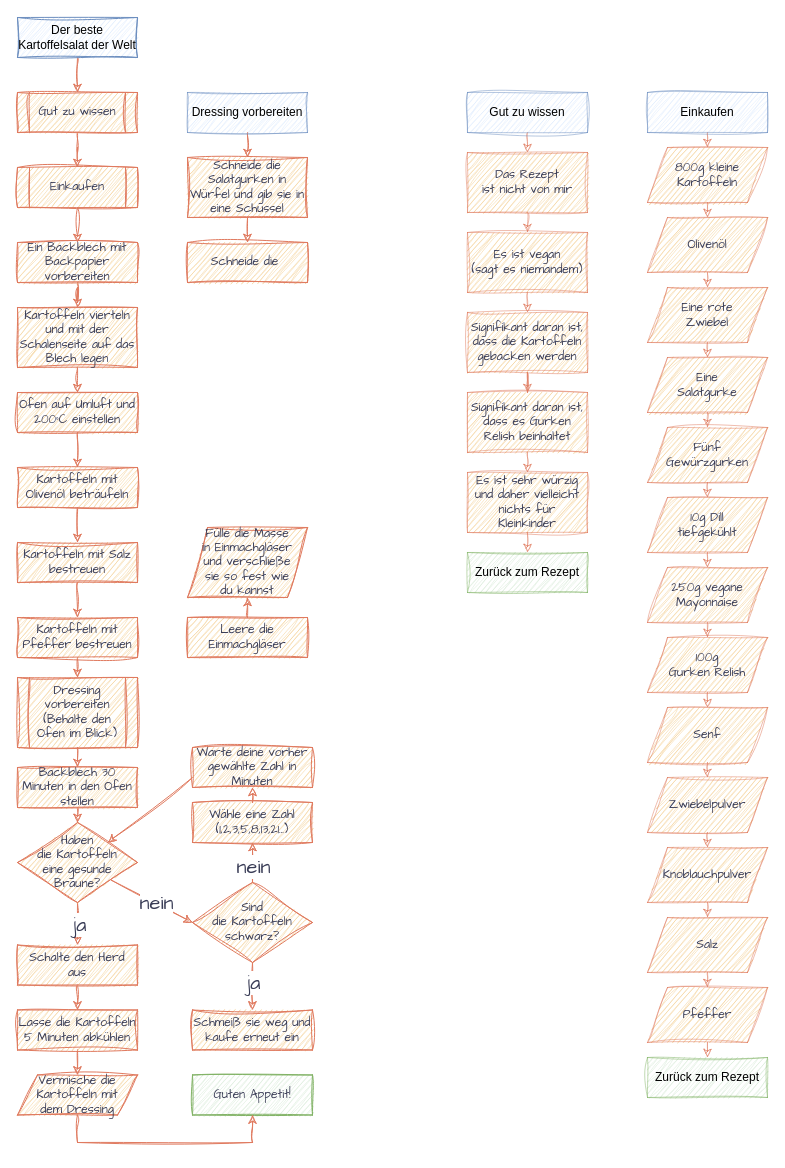
Before: the_best_potato_salad_in_the_world/de_the_best_potato_salad_in_the_world.drawio in DarkDonnerGunther/rivercookery, a draw.io diagram. Source tidied: cells renumbered, new cells numbered last; positions are measured from the earlier drawing's top-left corner, leaving out a move shared by most shapes. Both pictures are drawn from the tidied source at 100%, with x=0, y=0 at pixel (17, 17).
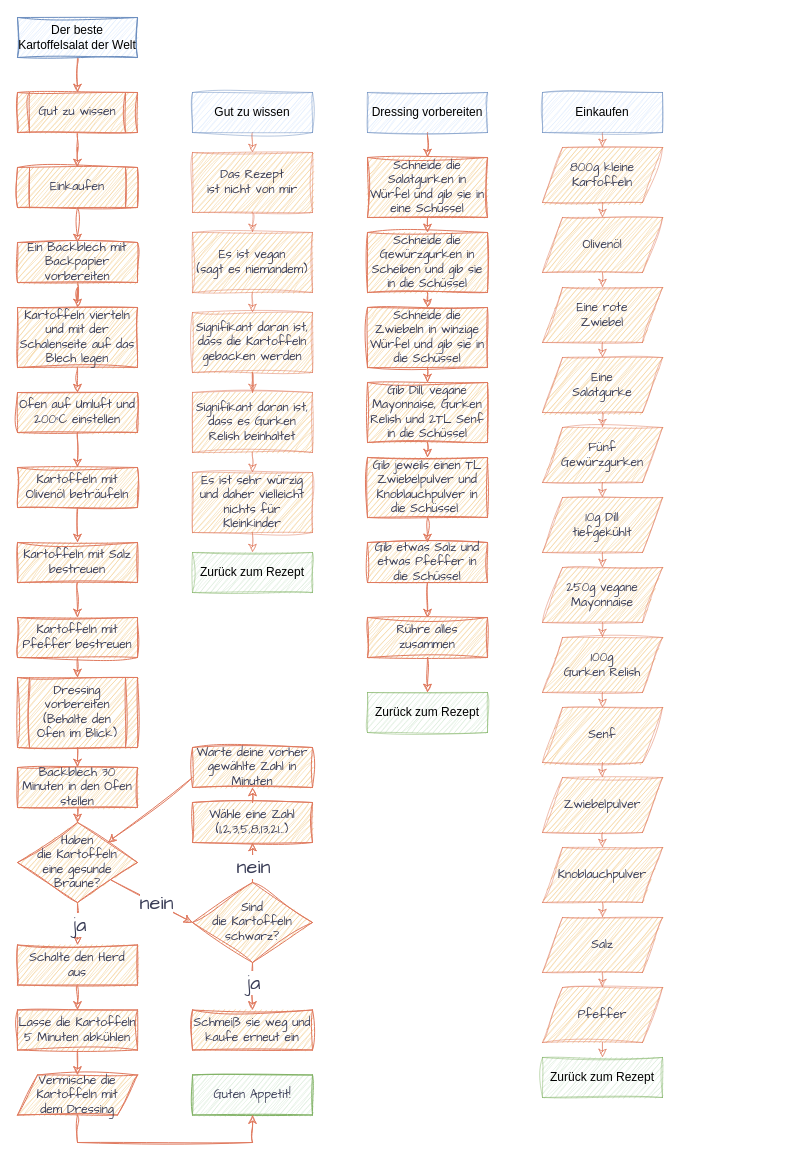
Above is the later version.

What changed in the source:
```diff
@@
     <mxCell id="9" value="Gut zu wissen" style="rounded=0;whiteSpace=wrap;html=1;fontSize=12;glass=0;strokeWidth=1;shadow=0;labelBackgroundColor=none;fillColor=#dae8fc;strokeColor=#6c8ebf;sketch=1;curveFitting=1;jiggle=2;strokeOpacity=50;" parent="1" vertex="1">
-      <mxGeometry x="450" y="75" width="120" height="40" as="geometry" />
+      <mxGeometry x="175" y="75" width="120" height="40" as="geometry" />
     </mxCell>
@@
     <mxCell id="11" value="Das Rezept&lt;br&gt;ist nicht von mir" style="shape=label;fixedSize=1;hachureGap=4;strokeColor=#E07A5F;fontFamily=Architects Daughter;fontSize=12;fontColor=#393C56;fillColor=#F2CC8F;labelBorderColor=none;whiteSpace=wrap;html=1;labelBackgroundColor=none;rounded=0;sketch=1;curveFitting=1;jiggle=2;shadow=0;strokeOpacity=50;" parent="1" vertex="1">
-      <mxGeometry x="450" y="135" width="120" height="60" as="geometry" />
+      <mxGeometry x="175" y="135" width="120" height="60" as="geometry" />
     </mxCell>
@@
     <mxCell id="13" value="Es ist vegan&lt;br&gt;(sagt es niemandem)" style="shape=label;fixedSize=1;hachureGap=4;strokeColor=#E07A5F;fontFamily=Architects Daughter;fontSize=12;fontColor=#393C56;fillColor=#F2CC8F;labelBorderColor=none;whiteSpace=wrap;html=1;labelBackgroundColor=none;rounded=0;sketch=1;curveFitting=1;jiggle=2;shadow=0;strokeOpacity=50;" parent="1" vertex="1">
-      <mxGeometry x="450" y="215" width="120" height="60" as="geometry" />
+      <mxGeometry x="175" y="215" width="120" height="60" as="geometry" />
     </mxCell>
@@
     <mxCell id="15" value="Signifikant daran ist, dass die Kartoffeln gebacken werden" style="shape=label;fixedSize=1;hachureGap=4;strokeColor=#E07A5F;fontFamily=Architects Daughter;fontSize=12;fontColor=#393C56;fillColor=#F2CC8F;labelBorderColor=none;whiteSpace=wrap;html=1;labelBackgroundColor=none;rounded=0;sketch=1;curveFitting=1;jiggle=2;shadow=0;strokeOpacity=50;" parent="1" vertex="1">
-      <mxGeometry x="450" y="295" width="120" height="60" as="geometry" />
+      <mxGeometry x="175" y="295" width="120" height="60" as="geometry" />
     </mxCell>
     <mxCell id="16" value="Zurück zum Rezept" style="rounded=0;whiteSpace=wrap;html=1;fontSize=12;glass=0;strokeWidth=1;shadow=0;labelBackgroundColor=none;fillColor=#d5e8d4;strokeColor=#82b366;sketch=1;curveFitting=1;jiggle=2;strokeOpacity=50;" parent="1" vertex="1">
-      <mxGeometry x="450" y="535" width="120" height="40" as="geometry" />
+      <mxGeometry x="175" y="535" width="120" height="40" as="geometry" />
     </mxCell>
@@
     <mxCell id="20" value="Einkaufen" style="rounded=0;whiteSpace=wrap;html=1;fontSize=12;glass=0;strokeWidth=1;shadow=0;labelBackgroundColor=none;fillColor=#dae8fc;strokeColor=#6c8ebf;sketch=1;curveFitting=1;jiggle=2;strokeOpacity=50;" parent="1" vertex="1">
-      <mxGeometry x="630" y="75" width="120" height="40" as="geometry" />
+      <mxGeometry x="525" y="75" width="120" height="40" as="geometry" />
     </mxCell>
@@
     <mxCell id="22" value="800g kleine Kartoffeln" style="shape=parallelogram;fixedSize=1;hachureGap=4;strokeColor=#E07A5F;fontFamily=Architects Daughter;fontSize=12;fontColor=#393C56;fillColor=#F2CC8F;labelBorderColor=none;whiteSpace=wrap;html=1;labelBackgroundColor=none;verticalAlign=middle;rounded=0;sketch=1;curveFitting=1;jiggle=2;strokeOpacity=50;perimeter=parallelogramPerimeter;align=center;" parent="1" vertex="1">
-      <mxGeometry x="630" y="130" width="120" height="55" as="geometry" />
+      <mxGeometry x="525" y="130" width="120" height="55" as="geometry" />
     </mxCell>
     <mxCell id="23" value="Signifikant daran ist, dass es Gurken Relish beinhaltet" style="shape=label;fixedSize=1;hachureGap=4;strokeColor=#E07A5F;fontFamily=Architects Daughter;fontSize=12;fontColor=#393C56;fillColor=#F2CC8F;labelBorderColor=none;whiteSpace=wrap;html=1;labelBackgroundColor=none;rounded=0;sketch=1;curveFitting=1;jiggle=2;shadow=0;strokeOpacity=50;" parent="1" vertex="1">
-      <mxGeometry x="450" y="375" width="120" height="60" as="geometry" />
+      <mxGeometry x="175" y="375" width="120" height="60" as="geometry" />
     </mxCell>
     <mxCell id="24" value="Zurück zum Rezept" style="rounded=0;whiteSpace=wrap;html=1;fontSize=12;glass=0;strokeWidth=1;shadow=0;labelBackgroundColor=none;fillColor=#d5e8d4;strokeColor=#82b366;sketch=1;curveFitting=1;jiggle=2;strokeOpacity=50;" parent="1" vertex="1">
-      <mxGeometry x="630" y="1040" width="120" height="40" as="geometry" />
+      <mxGeometry x="525" y="1040" width="120" height="40" as="geometry" />
     </mxCell>
@@
-    <mxCell id="51" style="edgeStyle=orthogonalEdgeStyle;rounded=0;hachureGap=4;jettySize=auto;html=1;exitX=0.5;exitY=0;exitDx=0;exitDy=0;entryX=0.5;entryY=1;entryDx=0;entryDy=0;strokeColor=#E07A5F;fontFamily=Architects Daughter;fontSize=16;fontColor=#393C56;fillColor=#F2CC8F;sketch=1;curveFitting=1;jiggle=2;" parent="1" edge="1" source="52" target="56">
-      <mxGeometry relative="1" as="geometry" />
-    </mxCell>
-    <mxCell id="52" value="Leere die Einmachgläser" style="rounded=0;whiteSpace=wrap;html=1;hachureGap=4;strokeColor=#E07A5F;fontFamily=Architects Daughter;fontSize=12;fontColor=#393C56;fillColor=#F2CC8F;sketch=1;curveFitting=1;jiggle=2;" parent="1" vertex="1">
-      <mxGeometry x="170" y="600" width="120" height="40" as="geometry" />
-    </mxCell>
@@
-    <mxCell id="56" value="Fülle die Masse&lt;br&gt;in Einmachgläser&lt;br&gt;und verschließe&lt;br&gt;sie so fest wie&lt;div&gt;du kannst&lt;/div&gt;" style="rounded=0;whiteSpace=wrap;html=1;hachureGap=4;strokeColor=#E07A5F;fontFamily=Architects Daughter;fontSize=12;fontColor=#393C56;fillColor=#F2CC8F;sketch=1;curveFitting=1;jiggle=2;shape=parallelogram;perimeter=parallelogramPerimeter;fixedSize=1;labelBorderColor=none;labelBackgroundColor=none;" parent="1" vertex="1">
-      <mxGeometry x="170" y="510" width="120" height="70" as="geometry" />
-    </mxCell>
@@
     <mxCell id="58" value="Olivenöl" style="shape=parallelogram;fixedSize=1;hachureGap=4;strokeColor=#E07A5F;fontFamily=Architects Daughter;fontSize=12;fontColor=#393C56;fillColor=#F2CC8F;labelBorderColor=none;whiteSpace=wrap;html=1;labelBackgroundColor=none;verticalAlign=middle;rounded=0;sketch=1;curveFitting=1;jiggle=2;strokeOpacity=50;perimeter=parallelogramPerimeter;align=center;" parent="1" vertex="1">
-      <mxGeometry x="630" y="200" width="120" height="55" as="geometry" />
+      <mxGeometry x="525" y="200" width="120" height="55" as="geometry" />
     </mxCell>
     <mxCell id="59" value="Eine rote&lt;br&gt;Zwiebel" style="shape=parallelogram;fixedSize=1;hachureGap=4;strokeColor=#E07A5F;fontFamily=Architects Daughter;fontSize=12;fontColor=#393C56;fillColor=#F2CC8F;labelBorderColor=none;whiteSpace=wrap;html=1;labelBackgroundColor=none;verticalAlign=middle;rounded=0;sketch=1;curveFitting=1;jiggle=2;strokeOpacity=50;perimeter=parallelogramPerimeter;align=center;" parent="1" vertex="1">
-      <mxGeometry x="630" y="270" width="120" height="55" as="geometry" />
+      <mxGeometry x="525" y="270" width="120" height="55" as="geometry" />
     </mxCell>
@@
     <mxCell id="61" value="Eine&lt;br&gt;&lt;div&gt;Salatgurke&lt;/div&gt;" style="shape=parallelogram;fixedSize=1;hachureGap=4;strokeColor=#E07A5F;fontFamily=Architects Daughter;fontSize=12;fontColor=#393C56;fillColor=#F2CC8F;labelBorderColor=none;whiteSpace=wrap;html=1;labelBackgroundColor=none;verticalAlign=middle;rounded=0;sketch=1;curveFitting=1;jiggle=2;strokeOpacity=50;perimeter=parallelogramPerimeter;align=center;" parent="1" vertex="1">
-      <mxGeometry x="630" y="340" width="120" height="55" as="geometry" />
+      <mxGeometry x="525" y="340" width="120" height="55" as="geometry" />
     </mxCell>
@@
     <mxCell id="63" value="10g Dill&lt;br&gt;tiefgekühlt" style="shape=parallelogram;fixedSize=1;hachureGap=4;strokeColor=#E07A5F;fontFamily=Architects Daughter;fontSize=12;fontColor=#393C56;fillColor=#F2CC8F;labelBorderColor=none;whiteSpace=wrap;html=1;labelBackgroundColor=none;verticalAlign=middle;rounded=0;sketch=1;curveFitting=1;jiggle=2;strokeOpacity=50;perimeter=parallelogramPerimeter;align=center;" parent="1" vertex="1">
-      <mxGeometry x="630" y="480" width="120" height="55" as="geometry" />
+      <mxGeometry x="525" y="480" width="120" height="55" as="geometry" />
     </mxCell>
@@
     <mxCell id="65" value="250g vegane&lt;br&gt;Mayonnaise" style="shape=parallelogram;fixedSize=1;hachureGap=4;strokeColor=#E07A5F;fontFamily=Architects Daughter;fontSize=12;fontColor=#393C56;fillColor=#F2CC8F;labelBorderColor=none;whiteSpace=wrap;html=1;labelBackgroundColor=none;verticalAlign=middle;rounded=0;sketch=1;curveFitting=1;jiggle=2;strokeOpacity=50;perimeter=parallelogramPerimeter;align=center;" parent="1" vertex="1">
-      <mxGeometry x="630" y="550" width="120" height="55" as="geometry" />
+      <mxGeometry x="525" y="550" width="120" height="55" as="geometry" />
     </mxCell>
@@
     <mxCell id="67" value="100g&lt;br&gt;Gurken Relish" style="shape=parallelogram;fixedSize=1;hachureGap=4;strokeColor=#E07A5F;fontFamily=Architects Daughter;fontSize=12;fontColor=#393C56;fillColor=#F2CC8F;labelBorderColor=none;whiteSpace=wrap;html=1;labelBackgroundColor=none;verticalAlign=middle;rounded=0;sketch=1;curveFitting=1;jiggle=2;strokeOpacity=50;perimeter=parallelogramPerimeter;align=center;" parent="1" vertex="1">
-      <mxGeometry x="630" y="620" width="120" height="55" as="geometry" />
+      <mxGeometry x="525" y="620" width="120" height="55" as="geometry" />
     </mxCell>
@@
     <mxCell id="69" value="Senf" style="shape=parallelogram;fixedSize=1;hachureGap=4;strokeColor=#E07A5F;fontFamily=Architects Daughter;fontSize=12;fontColor=#393C56;fillColor=#F2CC8F;labelBorderColor=none;whiteSpace=wrap;html=1;labelBackgroundColor=none;verticalAlign=middle;rounded=0;sketch=1;curveFitting=1;jiggle=2;strokeOpacity=50;perimeter=parallelogramPerimeter;align=center;" parent="1" vertex="1">
-      <mxGeometry x="630" y="690" width="120" height="55" as="geometry" />
+      <mxGeometry x="525" y="690" width="120" height="55" as="geometry" />
     </mxCell>
@@
     <mxCell id="71" value="Zwiebelpulver" style="shape=parallelogram;fixedSize=1;hachureGap=4;strokeColor=#E07A5F;fontFamily=Architects Daughter;fontSize=12;fontColor=#393C56;fillColor=#F2CC8F;labelBorderColor=none;whiteSpace=wrap;html=1;labelBackgroundColor=none;verticalAlign=middle;rounded=0;sketch=1;curveFitting=1;jiggle=2;strokeOpacity=50;perimeter=parallelogramPerimeter;align=center;" parent="1" vertex="1">
-      <mxGeometry x="630" y="760" width="120" height="55" as="geometry" />
+      <mxGeometry x="525" y="760" width="120" height="55" as="geometry" />
     </mxCell>
@@
     <mxCell id="73" value="Es ist sehr würzig und daher vielleicht nichts für Kleinkinder" style="shape=label;fixedSize=1;hachureGap=4;strokeColor=#E07A5F;fontFamily=Architects Daughter;fontSize=12;fontColor=#393C56;fillColor=#F2CC8F;labelBorderColor=none;whiteSpace=wrap;html=1;labelBackgroundColor=none;rounded=0;sketch=1;curveFitting=1;jiggle=2;shadow=0;strokeOpacity=50;" parent="1" vertex="1">
-      <mxGeometry x="450" y="455" width="120" height="60" as="geometry" />
+      <mxGeometry x="175" y="455" width="120" height="60" as="geometry" />
     </mxCell>
@@
     <mxCell id="76" value="Knoblauchpulver" style="shape=parallelogram;fixedSize=1;hachureGap=4;strokeColor=#E07A5F;fontFamily=Architects Daughter;fontSize=12;fontColor=#393C56;fillColor=#F2CC8F;labelBorderColor=none;whiteSpace=wrap;html=1;labelBackgroundColor=none;verticalAlign=middle;rounded=0;sketch=1;curveFitting=1;jiggle=2;strokeOpacity=50;perimeter=parallelogramPerimeter;align=center;" parent="1" vertex="1">
-      <mxGeometry x="630" y="830" width="120" height="55" as="geometry" />
+      <mxGeometry x="525" y="830" width="120" height="55" as="geometry" />
     </mxCell>
@@
     <mxCell id="78" value="Salz" style="shape=parallelogram;fixedSize=1;hachureGap=4;strokeColor=#E07A5F;fontFamily=Architects Daughter;fontSize=12;fontColor=#393C56;fillColor=#F2CC8F;labelBorderColor=none;whiteSpace=wrap;html=1;labelBackgroundColor=none;verticalAlign=middle;rounded=0;sketch=1;curveFitting=1;jiggle=2;strokeOpacity=50;perimeter=parallelogramPerimeter;align=center;" parent="1" vertex="1">
-      <mxGeometry x="630" y="900" width="120" height="55" as="geometry" />
+      <mxGeometry x="525" y="900" width="120" height="55" as="geometry" />
     </mxCell>
@@
     <mxCell id="80" value="Pfeffer" style="shape=parallelogram;fixedSize=1;hachureGap=4;strokeColor=#E07A5F;fontFamily=Architects Daughter;fontSize=12;fontColor=#393C56;fillColor=#F2CC8F;labelBorderColor=none;whiteSpace=wrap;html=1;labelBackgroundColor=none;verticalAlign=middle;rounded=0;sketch=1;curveFitting=1;jiggle=2;strokeOpacity=50;perimeter=parallelogramPerimeter;align=center;" parent="1" vertex="1">
-      <mxGeometry x="630" y="970" width="120" height="55" as="geometry" />
+      <mxGeometry x="525" y="970" width="120" height="55" as="geometry" />
     </mxCell>
@@
-    <mxCell id="87" value="Schneide die&amp;nbsp;" style="rounded=0;whiteSpace=wrap;html=1;hachureGap=4;strokeColor=#E07A5F;fontFamily=Architects Daughter;fontSize=12;fontColor=#393C56;fillColor=#F2CC8F;sketch=1;curveFitting=1;jiggle=2;" parent="1" vertex="1">
-      <mxGeometry x="170" y="225" width="120" height="40" as="geometry" />
+    <mxCell id="87" value="Schneide die Gewürzgurken in Scheiben und gib sie in die Schüssel" style="rounded=0;whiteSpace=wrap;html=1;hachureGap=4;strokeColor=#E07A5F;fontFamily=Architects Daughter;fontSize=12;fontColor=#393C56;fillColor=#F2CC8F;sketch=1;curveFitting=1;jiggle=2;" parent="1" vertex="1">
+      <mxGeometry x="350" y="215" width="120" height="60" as="geometry" />
     </mxCell>
@@
     <mxCell id="89" value="Schneide die Salatgurken in Würfel und gib sie in eine Schüssel" style="whiteSpace=wrap;html=1;hachureGap=4;strokeColor=#E07A5F;fontFamily=Architects Daughter;fontSize=12;fontColor=#393C56;fillColor=#F2CC8F;rounded=0;sketch=1;curveFitting=1;jiggle=2;" parent="1" vertex="1">
-      <mxGeometry x="170" y="140" width="120" height="60" as="geometry" />
+      <mxGeometry x="350" y="140" width="120" height="60" as="geometry" />
     </mxCell>
@@
     <mxCell id="93" value="Dressing vorbereiten" style="rounded=0;whiteSpace=wrap;html=1;fontSize=12;glass=0;strokeWidth=1;shadow=0;labelBackgroundColor=none;fillColor=#dae8fc;strokeColor=#6c8ebf;sketch=1;curveFitting=1;jiggle=2;strokeOpacity=50;" parent="1" vertex="1">
-      <mxGeometry x="170" y="75" width="120" height="40" as="geometry" />
+      <mxGeometry x="350" y="75" width="120" height="40" as="geometry" />
     </mxCell>
     <mxCell id="94" value="Fünf&lt;br&gt;Gewürzgurken" style="shape=parallelogram;fixedSize=1;hachureGap=4;strokeColor=#E07A5F;fontFamily=Architects Daughter;fontSize=12;fontColor=#393C56;fillColor=#F2CC8F;labelBorderColor=none;whiteSpace=wrap;html=1;labelBackgroundColor=none;verticalAlign=middle;rounded=0;sketch=1;curveFitting=1;jiggle=2;strokeOpacity=50;perimeter=parallelogramPerimeter;align=center;" parent="1" vertex="1">
-      <mxGeometry x="630" y="410" width="120" height="55" as="geometry" />
+      <mxGeometry x="525" y="410" width="120" height="55" as="geometry" />
     </mxCell>
@@
+    <mxCell id="96" value="Schneide die Zwiebeln in winzige Würfel und gib sie in die Schüssel" style="rounded=0;whiteSpace=wrap;html=1;hachureGap=4;strokeColor=#E07A5F;fontFamily=Architects Daughter;fontSize=12;fontColor=#393C56;fillColor=#F2CC8F;sketch=1;curveFitting=1;jiggle=2;" parent="1" vertex="1">
+      <mxGeometry x="350" y="290" width="120" height="60" as="geometry" />
+    </mxCell>
+    <mxCell id="97" style="edgeStyle=orthogonalEdgeStyle;rounded=0;jettySize=auto;html=1;exitX=0.5;exitY=1;exitDx=0;exitDy=0;entryX=0.5;entryY=0;entryDx=0;entryDy=0;hachureGap=4;strokeColor=#E07A5F;fontFamily=Architects Daughter;fontSize=16;fontColor=#393C56;fillColor=#F2CC8F;sketch=1;curveFitting=1;jiggle=2;" parent="1" edge="1" source="87" target="96">
+      <mxGeometry relative="1" as="geometry" />
+    </mxCell>
+    <mxCell id="98" value="Gib Dill, vegane Mayonnaise, Gurken Relish und 2TL Senf in die Schüssel" style="rounded=0;whiteSpace=wrap;html=1;hachureGap=4;strokeColor=#E07A5F;fontFamily=Architects Daughter;fontSize=12;fontColor=#393C56;fillColor=#F2CC8F;sketch=1;curveFitting=1;jiggle=2;" parent="1" vertex="1">
+      <mxGeometry x="350" y="365" width="120" height="60" as="geometry" />
+    </mxCell>
+    <mxCell id="99" style="edgeStyle=orthogonalEdgeStyle;rounded=0;jettySize=auto;html=1;exitX=0.5;exitY=1;exitDx=0;exitDy=0;entryX=0.5;entryY=0;entryDx=0;entryDy=0;hachureGap=4;strokeColor=#E07A5F;fontFamily=Architects Daughter;fontSize=16;fontColor=#393C56;fillColor=#F2CC8F;sketch=1;curveFitting=1;jiggle=2;" parent="1" edge="1" source="96" target="98">
+      <mxGeometry relative="1" as="geometry" />
+    </mxCell>
+    <mxCell id="100" value="Gib jeweils einen TL Zwiebelpulver und Knoblauchpulver in die Schüssel&amp;nbsp;" style="rounded=0;whiteSpace=wrap;html=1;hachureGap=4;strokeColor=#E07A5F;fontFamily=Architects Daughter;fontSize=12;fontColor=#393C56;fillColor=#F2CC8F;sketch=1;curveFitting=1;jiggle=2;" parent="1" vertex="1">
+      <mxGeometry x="350" y="440" width="120" height="60" as="geometry" />
+    </mxCell>
+    <mxCell id="101" style="edgeStyle=orthogonalEdgeStyle;rounded=0;jettySize=auto;html=1;exitX=0.5;exitY=1;exitDx=0;exitDy=0;entryX=0.5;entryY=0;entryDx=0;entryDy=0;hachureGap=4;strokeColor=#E07A5F;fontFamily=Architects Daughter;fontSize=16;fontColor=#393C56;fillColor=#F2CC8F;sketch=1;curveFitting=1;jiggle=2;" parent="1" edge="1" source="98" target="100">
+      <mxGeometry relative="1" as="geometry" />
+    </mxCell>
+    <mxCell id="102" value="Gib etwas Salz und etwas Pfeffer in die Schüssel" style="rounded=0;whiteSpace=wrap;html=1;hachureGap=4;strokeColor=#E07A5F;fontFamily=Architects Daughter;fontSize=12;fontColor=#393C56;fillColor=#F2CC8F;sketch=1;curveFitting=1;jiggle=2;" parent="1" vertex="1">
+      <mxGeometry x="350" y="525" width="120" height="40" as="geometry" />
+    </mxCell>
+    <mxCell id="103" style="edgeStyle=orthogonalEdgeStyle;rounded=0;jettySize=auto;html=1;exitX=0.5;exitY=1;exitDx=0;exitDy=0;entryX=0.5;entryY=0;entryDx=0;entryDy=0;hachureGap=4;strokeColor=#E07A5F;fontFamily=Architects Daughter;fontSize=16;fontColor=#393C56;fillColor=#F2CC8F;sketch=1;curveFitting=1;jiggle=2;" parent="1" edge="1" source="100" target="102">
+      <mxGeometry relative="1" as="geometry" />
+    </mxCell>
+    <mxCell id="104" value="Rühre alles zusammen" style="rounded=0;whiteSpace=wrap;html=1;hachureGap=4;strokeColor=#E07A5F;fontFamily=Architects Daughter;fontSize=12;fontColor=#393C56;fillColor=#F2CC8F;sketch=1;curveFitting=1;jiggle=2;" parent="1" vertex="1">
+      <mxGeometry x="350" y="600" width="120" height="40" as="geometry" />
+    </mxCell>
+    <mxCell id="105" style="edgeStyle=orthogonalEdgeStyle;rounded=0;jettySize=auto;html=1;exitX=0.5;exitY=1;exitDx=0;exitDy=0;entryX=0.5;entryY=0;entryDx=0;entryDy=0;hachureGap=4;strokeColor=#E07A5F;fontFamily=Architects Daughter;fontSize=16;fontColor=#393C56;fillColor=#F2CC8F;sketch=1;curveFitting=1;jiggle=2;" parent="1" edge="1" source="102" target="104">
+      <mxGeometry relative="1" as="geometry" />
+    </mxCell>
+    <mxCell id="106" value="Zurück zum Rezept" style="rounded=0;whiteSpace=wrap;html=1;fontSize=12;glass=0;strokeWidth=1;shadow=0;labelBackgroundColor=none;fillColor=#d5e8d4;strokeColor=#82b366;sketch=1;curveFitting=1;jiggle=2;strokeOpacity=50;" parent="1" vertex="1">
+      <mxGeometry x="350" y="675" width="120" height="40" as="geometry" />
+    </mxCell>
+    <mxCell id="107" style="edgeStyle=orthogonalEdgeStyle;rounded=0;jettySize=auto;html=1;exitX=0.5;exitY=1;exitDx=0;exitDy=0;entryX=0.5;entryY=0;entryDx=0;entryDy=0;hachureGap=4;strokeColor=#E07A5F;fontFamily=Architects Daughter;fontSize=16;fontColor=#393C56;fillColor=#F2CC8F;sketch=1;curveFitting=1;jiggle=2;" parent="1" edge="1" source="104" target="106">
+      <mxGeometry relative="1" as="geometry" />
+    </mxCell>
```
